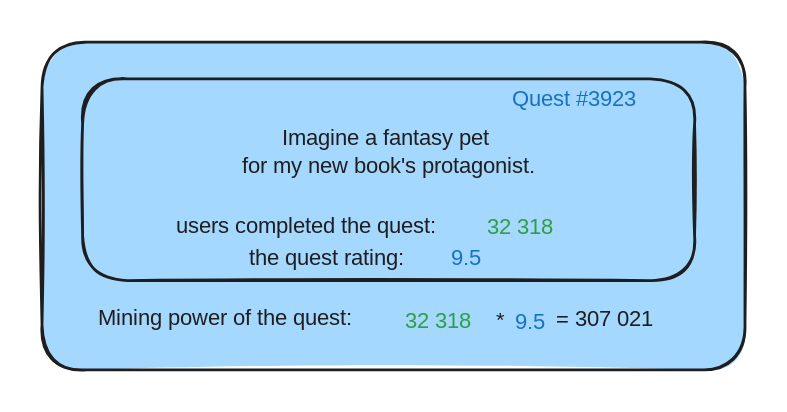
Above: .gitbook/assets/file.excalidraw.svg in Questfall/docs (Excalidraw), before the change. Source tidied: one line per element, renumbered; positions are measured from the earlier drawing's top-left corner, leaving out a move shared by most shapes.
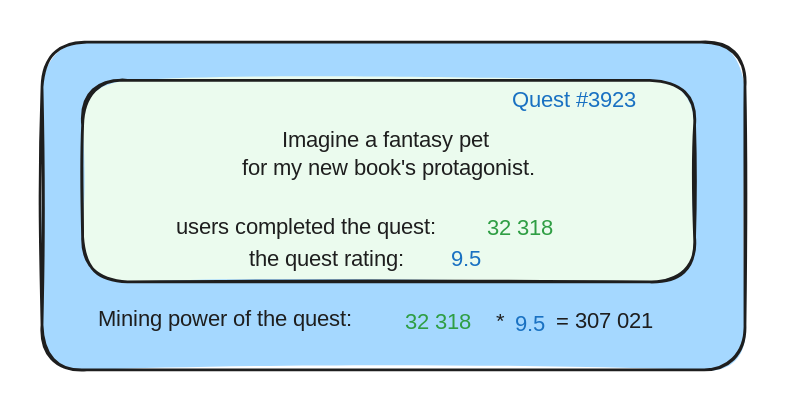
Later version of the same file.

Commit message:
GITBOOK-106: No subject

The edit, as a diff of the source:
```diff
@@ -1,5 +1,5 @@
-{"id": 0, "type": "rectangle", "strokeColor": "#1e1e1e", "backgroundColor": "#a5d8ff", "fillStyle": "solid", "strokeWidth": 2, "roughness": 1, "round": true, "x": 0, "y": 0, "width": 502, "height": 234}
+{"id": 0, "type": "rectangle", "strokeColor": "#1e1e1e", "backgroundColor": "#a5d8ff", "fillStyle": "solid", "strokeWidth": 2, "roughness": 1, "round": true, "x": 0, "y": -1, "width": 502, "height": 234}
-{"id": 1, "type": "rectangle", "strokeColor": "#1e1e1e", "strokeWidth": 2, "roughness": 1, "round": true, "x": 29, "y": 26, "width": 437, "height": 144}
+{"id": 1, "type": "rectangle", "strokeColor": "#1e1e1e", "backgroundColor": "#ebfbee", "fillStyle": "solid", "strokeWidth": 2, "roughness": 1, "round": true, "x": 29, "y": 26, "width": 437, "height": 144}
 {"id": 2, "type": "text", "text": "users completed the quest:", "strokeColor": "#1e1e1e", "strokeWidth": 2, "roughness": 1, "fontSize": 16, "fontFamily": 1, "x": 96, "y": 122, "width": 215, "height": 20}
 {"id": 3, "type": "text", "text": "Imagine a fantasy pet \nfor my new book's protagonist.", "strokeColor": "#1e1e1e", "strokeWidth": 2, "roughness": 1, "fontSize": 16, "fontFamily": 1, "textAlign": "center", "x": 128, "y": 59, "width": 239, "height": 40}
 {"id": 4, "type": "text", "text": "the quest rating:", "strokeColor": "#1e1e1e", "strokeWidth": 2, "roughness": 1, "fontSize": 16, "fontFamily": 1, "x": 148, "y": 145, "width": 135, "height": 20}
```
